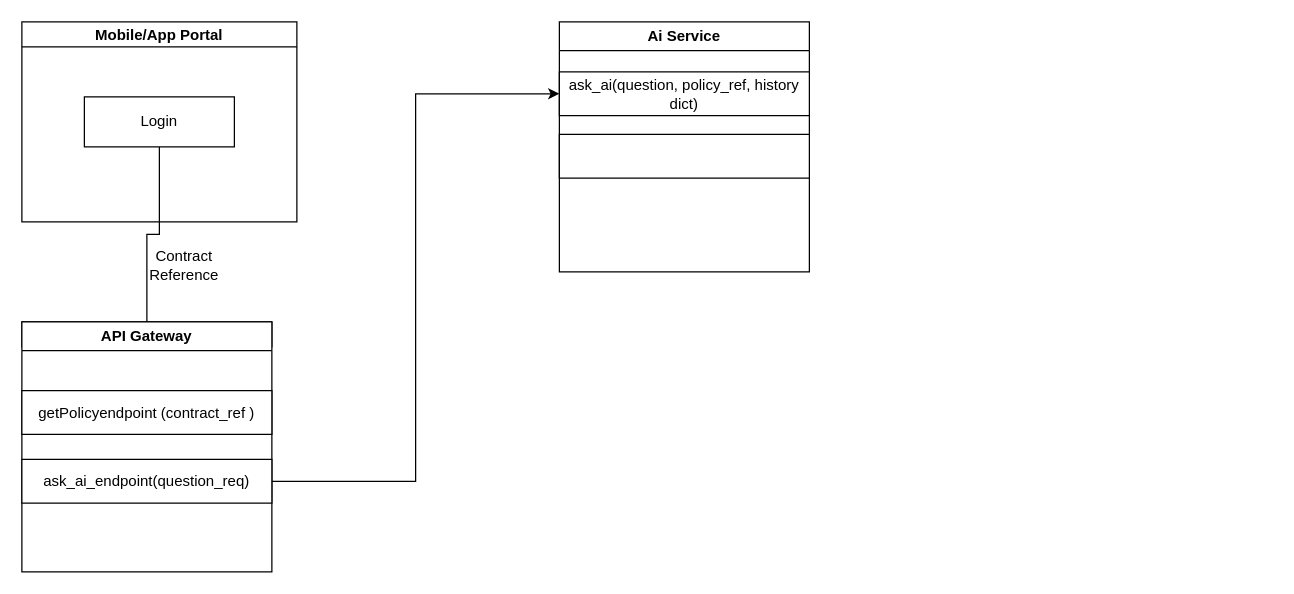
Before: Media/SmartServe.drawio in TriumphNdlovu/SmartServe_code, a draw.io diagram. Source tidied: cells renumbered, new cells numbered last; positions are measured from the earlier drawing's top-left corner, leaving out a move shared by most shapes. Both pictures are drawn from the tidied source at 125%, with x=0, y=0 at pixel (21, 21).
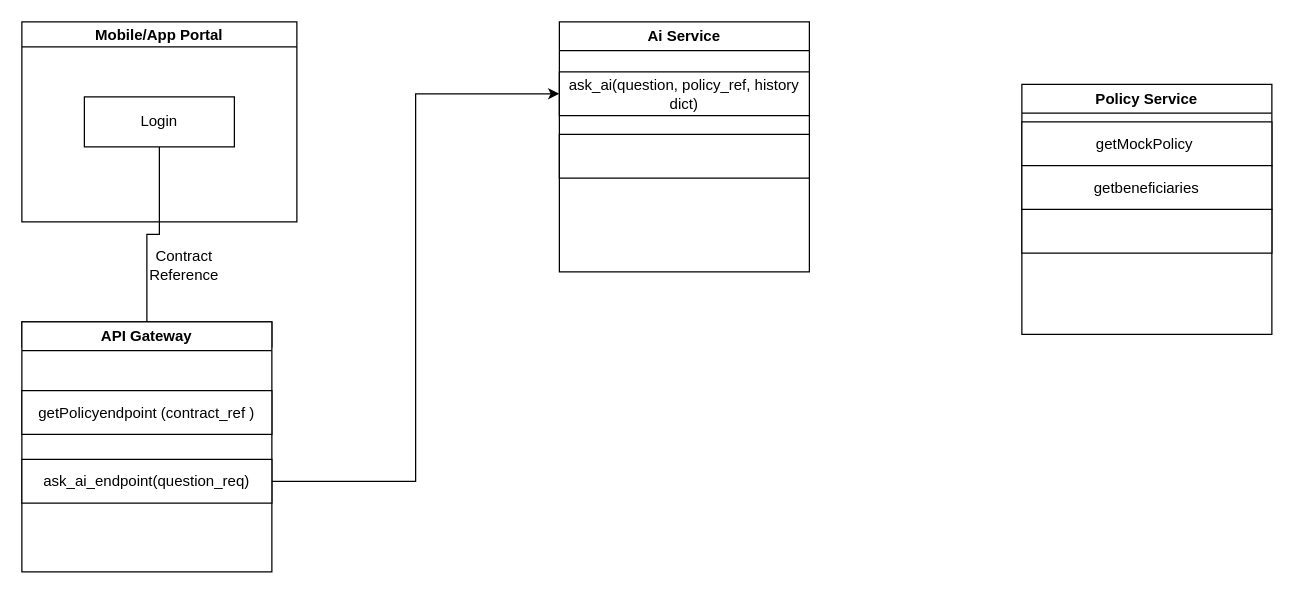
Above is the later version.

Diff of the diagram source:
```diff
@@
 <mxGraphModel>
   <root>
     <mxCell id="0" />
     <mxCell id="1" parent="0" />
     <mxCell id="2" value="Mobile/App Portal" style="swimlane;startSize=20;horizontal=1;containerType=tree;" parent="1" vertex="1">
       <mxGeometry width="220" height="160" as="geometry" />
     </mxCell>
     <mxCell id="3" value="Login" style="whiteSpace=wrap;html=1;newEdgeStyle={&quot;edgeStyle&quot;:&quot;elbowEdgeStyle&quot;,&quot;startArrow&quot;:&quot;none&quot;,&quot;endArrow&quot;:&quot;none&quot;};" parent="2" vertex="1">
       <mxGeometry x="50" y="60" width="120" height="40" as="geometry" />
     </mxCell>
     <mxCell id="4" style="edgeStyle=orthogonalEdgeStyle;elbow=horizontal;sourcePerimeterSpacing=0;targetPerimeterSpacing=0;startArrow=none;endArrow=none;rounded=0;startFill=0;" parent="1" edge="1" source="3" target="9">
       <mxGeometry relative="1" as="geometry" />
     </mxCell>
     <mxCell id="5" value="Contract Reference" style="text;html=1;whiteSpace=wrap;strokeColor=none;fillColor=none;align=center;verticalAlign=middle;rounded=0;" parent="1" vertex="1">
       <mxGeometry x="80" y="170" width="100" height="50" as="geometry" />
     </mxCell>
     <mxCell id="6" value="Ai Service" style="swimlane;whiteSpace=wrap;html=1;" parent="1" vertex="1">
       <mxGeometry x="430" width="200" height="200" as="geometry" />
     </mxCell>
     <mxCell id="7" value="&lt;span style=&quot;background-color: transparent; color: light-dark(rgb(0, 0, 0), rgb(255, 255, 255));&quot;&gt;ask_ai(question, policy_ref, history dict&lt;/span&gt;&lt;span style=&quot;background-color: transparent; color: light-dark(rgb(0, 0, 0), rgb(255, 255, 255));&quot;&gt;)&lt;/span&gt;" style="rounded=0;whiteSpace=wrap;html=1;" parent="6" vertex="1">
       <mxGeometry y="40" width="200" height="35" as="geometry" />
     </mxCell>
     <mxCell id="8" style="rounded=0;whiteSpace=wrap;html=1;" parent="6" vertex="1">
       <mxGeometry y="90" width="200" height="35" as="geometry" />
     </mxCell>
     <mxCell id="9" style="whiteSpace=wrap;html=1;newEdgeStyle={&quot;edgeStyle&quot;:&quot;elbowEdgeStyle&quot;,&quot;startArrow&quot;:&quot;none&quot;,&quot;endArrow&quot;:&quot;none&quot;};" parent="1" vertex="1" collapsed="1">
       <mxGeometry y="240" width="200" height="20" as="geometry" />
     </mxCell>
     <mxCell id="10" value="&lt;b&gt;API GATEWAY&lt;/b&gt;" style="text;html=1;whiteSpace=wrap;strokeColor=none;fillColor=none;align=center;verticalAlign=middle;rounded=0;" parent="1" vertex="1">
       <mxGeometry x="30" y="235" width="150" height="30" as="geometry" />
     </mxCell>
     <mxCell id="11" value="API Gateway" style="swimlane;whiteSpace=wrap;html=1;" parent="1" vertex="1">
       <mxGeometry y="240" width="200" height="200" as="geometry" />
     </mxCell>
     <mxCell id="12" value="getPolicyendpoint&amp;nbsp;&lt;span style=&quot;background-color: transparent; color: light-dark(rgb(0, 0, 0), rgb(255, 255, 255));&quot;&gt;(contract_ref )&lt;/span&gt;" style="rounded=0;whiteSpace=wrap;html=1;" parent="11" vertex="1">
       <mxGeometry y="55" width="200" height="35" as="geometry" />
     </mxCell>
     <mxCell id="13" value="ask_ai_endpoint(q&lt;span style=&quot;background-color: transparent; color: light-dark(rgb(0, 0, 0), rgb(255, 255, 255));&quot;&gt;uestion_req)&lt;/span&gt;" style="rounded=0;whiteSpace=wrap;html=1;" parent="11" vertex="1">
       <mxGeometry y="110" width="200" height="35" as="geometry" />
     </mxCell>
     <mxCell id="14" style="edgeStyle=orthogonalEdgeStyle;rounded=0;jettySize=auto;html=1;entryX=0;entryY=0.5;entryDx=0;entryDy=0;" parent="1" edge="1" source="13" target="7">
       <mxGeometry relative="1" as="geometry" />
     </mxCell>
+    <mxCell id="15" value="Policy Service" style="swimlane;whiteSpace=wrap;html=1;" parent="1" vertex="1">
+      <mxGeometry x="800" y="50" width="200" height="200" as="geometry" />
+    </mxCell>
+    <mxCell id="16" value="getMockPolicy&amp;nbsp;" style="rounded=0;whiteSpace=wrap;html=1;" parent="15" vertex="1">
+      <mxGeometry y="30" width="200" height="35" as="geometry" />
+    </mxCell>
+    <mxCell id="17" style="rounded=0;whiteSpace=wrap;html=1;" parent="15" vertex="1">
+      <mxGeometry y="100" width="200" height="35" as="geometry" />
+    </mxCell>
+    <mxCell id="18" value="getbeneficiaries" style="rounded=0;whiteSpace=wrap;html=1;" parent="15" vertex="1">
+      <mxGeometry y="65" width="200" height="35" as="geometry" />
+    </mxCell>
   </root>
 </mxGraphModel>
```
